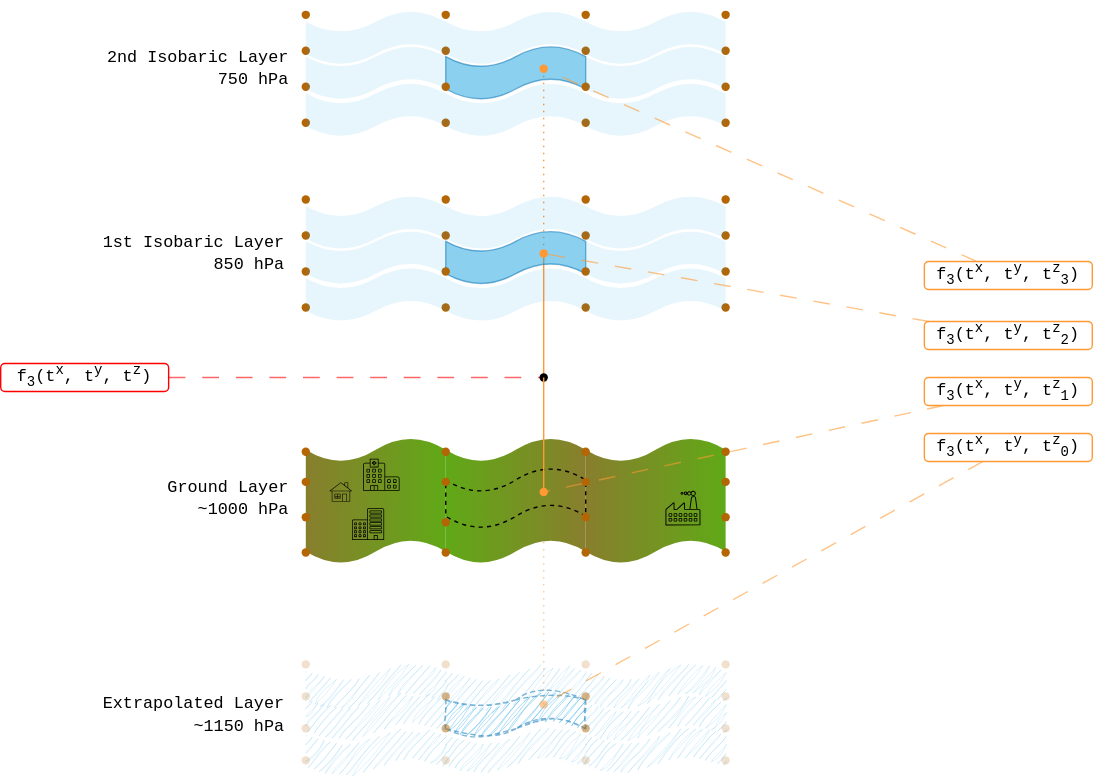
The draw.io diagram images/vertical-interpolation_t.svg in insaafmah/SOAR, before a commit. Source tidied: cells renumbered, new cells last; positions are measured from the earlier drawing's top-left corner, leaving out a move shared by most shapes.
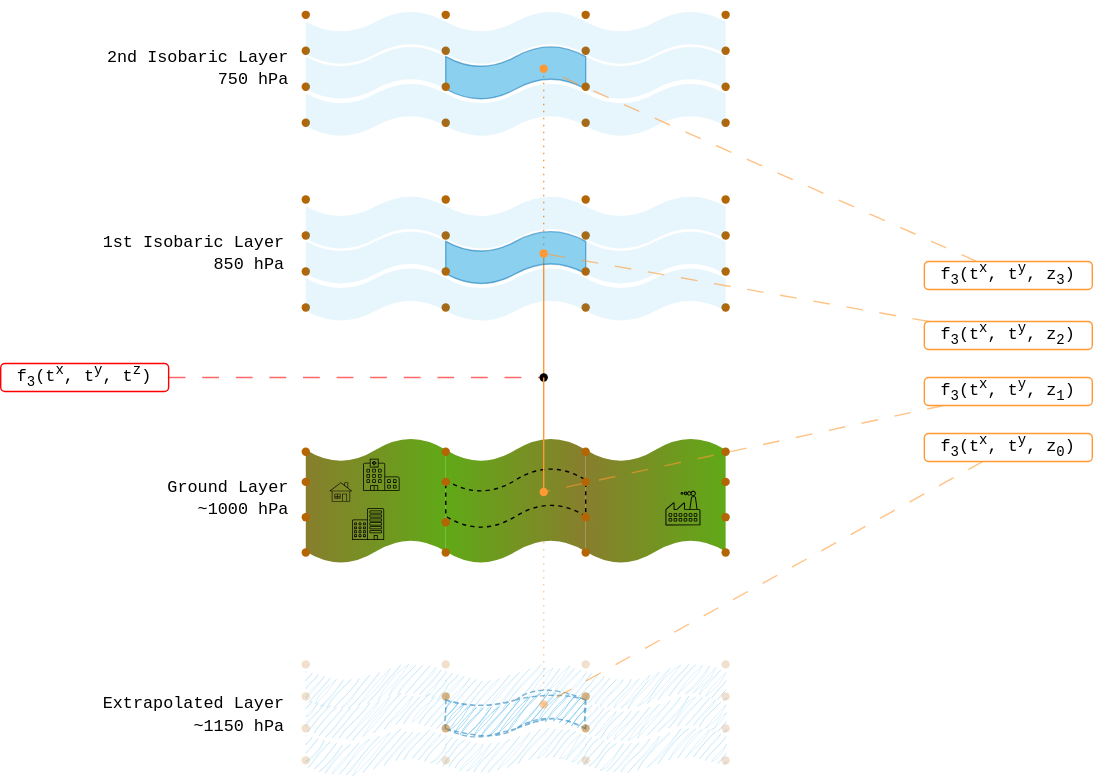
After the change.

Commit message:
Changed all diagrams and explanations to use t-values

The edit, as a diff of the source:
```diff
@@ -272,13 +272,13 @@
     <mxCell id="91" style="rounded=0;jettySize=auto;html=1;entryX=0.617;entryY=0.677;entryDx=0;entryDy=0;entryPerimeter=0;strokeColor=light-dark(#FF9933,#FFCC99);dashed=1;dashPattern=12 12;endArrow=none;startFill=0;opacity=60;" parent="1" edge="1" source="92" target="107">
       <mxGeometry relative="1" as="geometry" />
     </mxCell>
-    <mxCell id="92" value="&lt;font face=&quot;Courier New&quot;&gt;f&lt;sub&gt;3&lt;/sub&gt;(t&lt;sup&gt;x&lt;/sup&gt;, t&lt;sup&gt;y&lt;/sup&gt;, t&lt;sup&gt;z&lt;/sup&gt;&lt;sub&gt;1&lt;/sub&gt;)&lt;/font&gt;" style="rounded=1;whiteSpace=wrap;html=1;strokeColor=light-dark(#FF9933,#FFCC99);" parent="1" vertex="1">
+    <mxCell id="92" value="&lt;font face=&quot;Courier New&quot;&gt;f&lt;sub&gt;3&lt;/sub&gt;(t&lt;sup&gt;x&lt;/sup&gt;, t&lt;sup&gt;y&lt;/sup&gt;, z&lt;sub&gt;1&lt;/sub&gt;)&lt;/font&gt;" style="rounded=1;whiteSpace=wrap;html=1;strokeColor=light-dark(#FF9933,#FFCC99);" parent="1" vertex="1">
       <mxGeometry x="660" y="269" width="120" height="20" as="geometry" />
     </mxCell>
     <mxCell id="93" style="edgeStyle=none;rounded=0;jettySize=auto;html=1;fillColor=#f5f5f5;gradientColor=#b3b3b3;strokeColor=light-dark(#FF0000,#FF0000);dashed=1;dashPattern=12 12;endArrow=none;startFill=0;opacity=60;" parent="1" edge="1" source="90" target="98">
       <mxGeometry relative="1" as="geometry" />
     </mxCell>
-    <mxCell id="94" value="&lt;font face=&quot;Courier New&quot;&gt;f&lt;sub&gt;3&lt;/sub&gt;(t&lt;sup&gt;x&lt;/sup&gt;, t&lt;sup&gt;y&lt;/sup&gt;, t&lt;sup&gt;z&lt;/sup&gt;&lt;sub&gt;2&lt;/sub&gt;)&lt;/font&gt;" style="rounded=1;whiteSpace=wrap;html=1;strokeColor=light-dark(#FF9933,#FFCC99);" parent="1" vertex="1">
+    <mxCell id="94" value="&lt;font face=&quot;Courier New&quot;&gt;f&lt;sub&gt;3&lt;/sub&gt;(t&lt;sup&gt;x&lt;/sup&gt;, t&lt;sup&gt;y&lt;/sup&gt;, z&lt;sub&gt;2&lt;/sub&gt;)&lt;/font&gt;" style="rounded=1;whiteSpace=wrap;html=1;strokeColor=light-dark(#FF9933,#FFCC99);" parent="1" vertex="1">
       <mxGeometry x="660" y="229" width="120" height="20" as="geometry" />
     </mxCell>
     <mxCell id="95" style="edgeStyle=none;rounded=0;jettySize=auto;html=1;entryX=0.717;entryY=0.755;entryDx=0;entryDy=0;entryPerimeter=0;strokeColor=light-dark(#FF9933,#FFCC99);dashed=1;dashPattern=12 12;endArrow=none;startFill=0;opacity=60;" parent="1" edge="1" source="94" target="53">
@@ -287,7 +287,7 @@
     <mxCell id="96" style="edgeStyle=none;rounded=0;jettySize=auto;html=1;dashed=1;endArrow=none;endFill=0;startFill=0;strokeColor=light-dark(#FF9933,#FFCC99);dashPattern=12 12;opacity=60;" parent="1" edge="1" source="97" target="100">
       <mxGeometry relative="1" as="geometry" />
     </mxCell>
-    <mxCell id="97" value="&lt;font face=&quot;Courier New&quot;&gt;f&lt;sub&gt;3&lt;/sub&gt;(t&lt;sup&gt;x&lt;/sup&gt;, t&lt;sup&gt;y&lt;/sup&gt;, t&lt;sup&gt;z&lt;/sup&gt;&lt;sub&gt;3&lt;/sub&gt;)&lt;/font&gt;" style="rounded=1;whiteSpace=wrap;html=1;strokeColor=light-dark(#FF9933,#FFCC99);" parent="1" vertex="1">
+    <mxCell id="97" value="&lt;font face=&quot;Courier New&quot;&gt;f&lt;sub&gt;3&lt;/sub&gt;(t&lt;sup&gt;x&lt;/sup&gt;, t&lt;sup&gt;y&lt;/sup&gt;, z&lt;sub&gt;3&lt;/sub&gt;)&lt;/font&gt;" style="rounded=1;whiteSpace=wrap;html=1;strokeColor=light-dark(#FF9933,#FFCC99);" parent="1" vertex="1">
       <mxGeometry x="660" y="186.1" width="120" height="20" as="geometry" />
     </mxCell>
     <mxCell id="98" style="shape=waypoint;sketch=0;fillStyle=solid;size=6;points=[];fillColor=default;perimeter=centerPerimeter;snapToPoint=1;strokeColor=light-dark(#000000,#FF0000);" parent="1" vertex="1">
@@ -302,7 +302,7 @@
     <mxCell id="101" style="edgeStyle=none;rounded=0;jettySize=auto;html=1;dashed=1;dashPattern=12 12;endArrow=none;startFill=0;strokeColor=light-dark(#FF9933,#FFCC99);opacity=60;" parent="1" edge="1" source="102" target="18">
       <mxGeometry relative="1" as="geometry" />
     </mxCell>
-    <mxCell id="102" value="&lt;font face=&quot;Courier New&quot;&gt;f&lt;sub&gt;3&lt;/sub&gt;(t&lt;sup&gt;x&lt;/sup&gt;, t&lt;sup&gt;y&lt;/sup&gt;, t&lt;sup&gt;z&lt;/sup&gt;&lt;sub&gt;0&lt;/sub&gt;)&lt;/font&gt;" style="rounded=1;whiteSpace=wrap;html=1;strokeColor=light-dark(#FF9933,#FFCC99);" parent="1" vertex="1">
+    <mxCell id="102" value="&lt;font face=&quot;Courier New&quot;&gt;f&lt;sub&gt;3&lt;/sub&gt;(t&lt;sup&gt;x&lt;/sup&gt;, t&lt;sup&gt;y&lt;/sup&gt;, z&lt;sub&gt;0&lt;/sub&gt;)&lt;/font&gt;" style="rounded=1;whiteSpace=wrap;html=1;strokeColor=light-dark(#FF9933,#FFCC99);" parent="1" vertex="1">
       <mxGeometry x="660" y="309" width="120" height="20" as="geometry" />
     </mxCell>
     <mxCell id="103" style="shape=waypoint;sketch=0;fillStyle=solid;size=6;perimeter=centerPerimeter;fillColor=light-dark(#FAD7AC,#000000);strokeColor=light-dark(#b46504, #ffffff);" parent="1" vertex="1">
```
